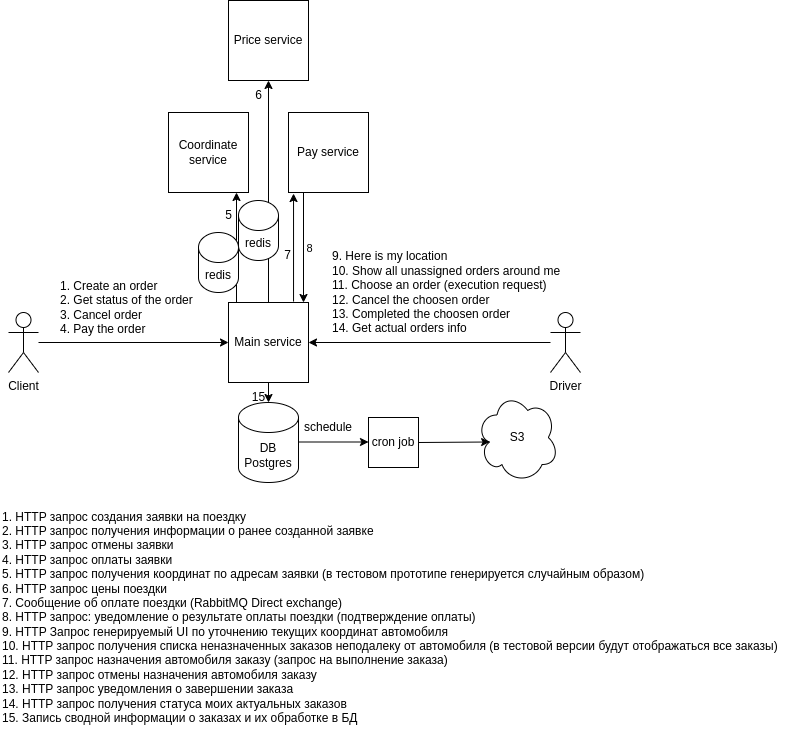
Earlier version of the draw.io export Architecture.drawio.png (slava-polushin/python_advanced_1). Source tidied: cells renumbered, new cells last; positions are measured from the earlier drawing's top-left corner, leaving out a move shared by most shapes.
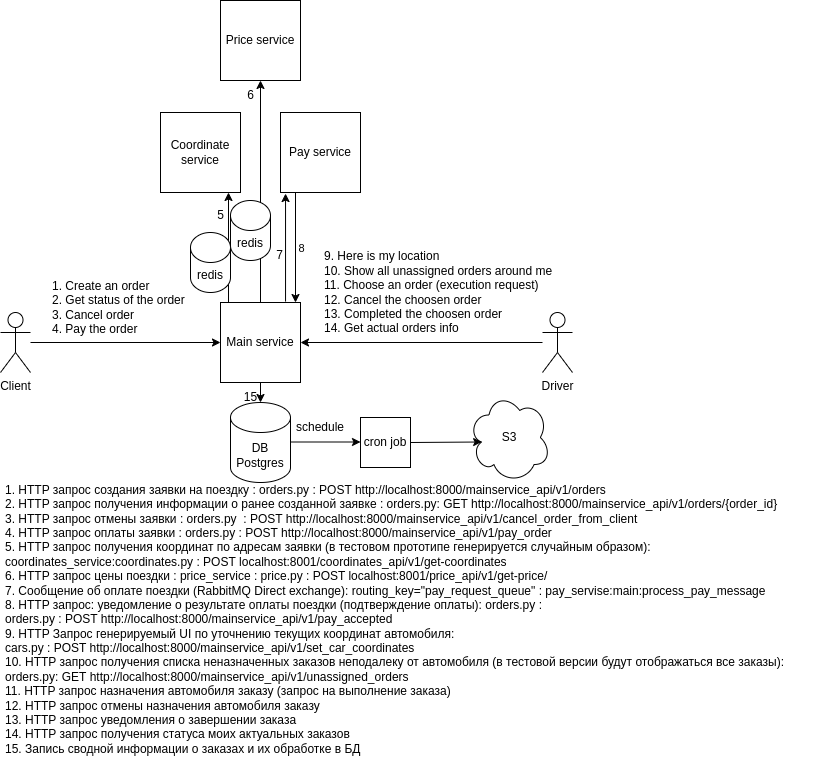
Above is the later version.

The edit, as a diff of the source:
```diff
@@ -94,8 +94,8 @@
     <mxCell id="27" style="endArrow=classic;html=1;rounded=0;exitX=1;exitY=0.5;exitDx=0;exitDy=0;entryX=0.16;entryY=0.55;entryDx=0;entryDy=0;entryPerimeter=0;" parent="1" edge="1" source="24" target="26">
       <mxGeometry relative="1" as="geometry" />
     </mxCell>
-    <mxCell id="28" value="1. HTTP запрос создания заявки на поездку&lt;br&gt;2. HTTP запрос получения информации о ранее созданной заявке&lt;br&gt;3. HTTP запрос отмены заявки&lt;br&gt;4. HTTP запрос оплаты заявки&lt;br&gt;5. HTTP запрос получения координат по адресам заявки (в тестовом прототипе генерируется случайным образом)&lt;br&gt;6. HTTP запрос цены поездки&lt;br&gt;7. Сообщение об оплате поездки (RabbitMQ Direct exchange)&lt;br&gt;8. HTTP запрос: уведомление о результате оплаты поездки (подтверждение оплаты)&lt;br&gt;9. HTTP Запрос генерируемый UI по уточнению текущих координат автомобиля&lt;br&gt;10. HTTP запрос получения списка неназначенных заказов неподалеку от автомобиля (в тестовой версии будут отображаться все заказы)&lt;br&gt;&lt;div&gt;11. HTTP запрос назначения автомобиля заказу (запрос на выполнение заказа)&lt;br&gt;12. HTTP запрос отмены назначения автомобиля заказу&lt;/div&gt;&lt;div&gt;13. HTTP запрос уведомления о завершении заказа&lt;br&gt;&lt;div&gt;14.&lt;span style=&quot;background-color: initial;&quot;&gt;&amp;nbsp;&lt;/span&gt;&lt;span style=&quot;background-color: initial;&quot;&gt;HTTP запрос получения статуса моих актуальных заказов&lt;/span&gt;&lt;span style=&quot;background-color: initial;&quot;&gt;&amp;nbsp;&lt;/span&gt;&lt;/div&gt;&lt;div&gt;&lt;span style=&quot;background-color: initial;&quot;&gt;15. Запись сводной информации о заказах и их обработке в БД&lt;/span&gt;&lt;br&gt;&lt;/div&gt;&lt;/div&gt;" style="text;html=1;align=left;verticalAlign=middle;strokeColor=none;fillColor=none;" parent="1" vertex="1">
-      <mxGeometry y="502" width="800" height="230" as="geometry" />
+    <mxCell id="28" value="1. HTTP запрос создания заявки на поездку&amp;nbsp;: orders.py&amp;nbsp;:&amp;nbsp;POST http://localhost:8000/mainservice_api/v1/orders&lt;br&gt;2. HTTP запрос получения информации о ранее созданной заявке&amp;nbsp;: orders.py:&amp;nbsp;GET http://localhost:8000/mainservice_api/v1/orders/{order_id}&lt;br&gt;3. HTTP запрос отмены заявки&amp;nbsp;: orders.py&amp;nbsp;&amp;nbsp;: POST http://localhost:8000/mainservice_api/v1/cancel_order_from_client&lt;br&gt;4. HTTP запрос оплаты заявки&amp;nbsp;: orders.py : POST http://localhost:8000/mainservice_api/v1/pay_order&lt;br&gt;5. HTTP запрос получения координат по адресам заявки (в тестовом прототипе генерируется случайным образом):&lt;div&gt;coordinates_service:coordinates.py : POST&amp;nbsp;localhost:8001/coordinates_api/v1/get-coordinates&lt;br&gt;6. HTTP запрос цены поездки : price_service : price.py : POST localhost:8001/price_api/v1/get-price/&lt;br&gt;7. Сообщение об оплате поездки (RabbitMQ Direct exchange):&amp;nbsp;routing_key=&quot;pay_request_queue&quot; : pay_servise:main:process_pay_message&lt;br&gt;8. HTTP запрос: уведомление о результате оплаты поездки (подтверждение оплаты): orders.py :&amp;nbsp;&lt;br&gt;&lt;div&gt;&lt;span style=&quot;background-color: initial;&quot;&gt;orders.py :&amp;nbsp;&lt;/span&gt;POST http://localhost:8000/mainservice_api/v1/pay_accepted&lt;br&gt;9. HTTP Запрос генерируемый UI по уточнению текущих координат автомобиля:&amp;nbsp;&lt;/div&gt;&lt;div&gt;cars.py :&amp;nbsp;POST http://localhost:8000/mainservice_api/v1/set_car_coordinates&lt;br&gt;10. HTTP запрос получения списка неназначенных заказов неподалеку от автомобиля (в тестовой версии будут отображаться все заказы):&amp;nbsp;&lt;/div&gt;&lt;div&gt;orders.py:&amp;nbsp;GET&amp;nbsp;http://localhost:8000/mainservice_api/v1/unassigned_orders&lt;br&gt;&lt;div&gt;11. HTTP запрос назначения автомобиля заказу (запрос на выполнение заказа)&lt;br&gt;12. HTTP запрос отмены назначения автомобиля заказу&lt;/div&gt;&lt;div&gt;13. HTTP запрос уведомления о завершении заказа&lt;br&gt;&lt;div&gt;14.&lt;span style=&quot;background-color: initial;&quot;&gt;&amp;nbsp;&lt;/span&gt;&lt;span style=&quot;background-color: initial;&quot;&gt;HTTP запрос получения статуса моих актуальных заказов&lt;/span&gt;&lt;span style=&quot;background-color: initial;&quot;&gt;&amp;nbsp;&lt;/span&gt;&lt;/div&gt;&lt;div&gt;&lt;span style=&quot;background-color: initial;&quot;&gt;15. Запись сводной информации о заказах и их обработке в БД&lt;/span&gt;&lt;br&gt;&lt;/div&gt;&lt;/div&gt;&lt;/div&gt;&lt;/div&gt;" style="text;html=1;align=left;verticalAlign=middle;strokeColor=none;fillColor=none;" parent="1" vertex="1">
+      <mxGeometry x="11" y="474" width="810" height="290" as="geometry" />
     </mxCell>
     <mxCell id="29" value="redis" style="shape=cylinder3;whiteSpace=wrap;html=1;boundedLbl=1;backgroundOutline=1;size=15;" parent="1" vertex="1">
       <mxGeometry x="238" y="200" width="40" height="60" as="geometry" />
```
